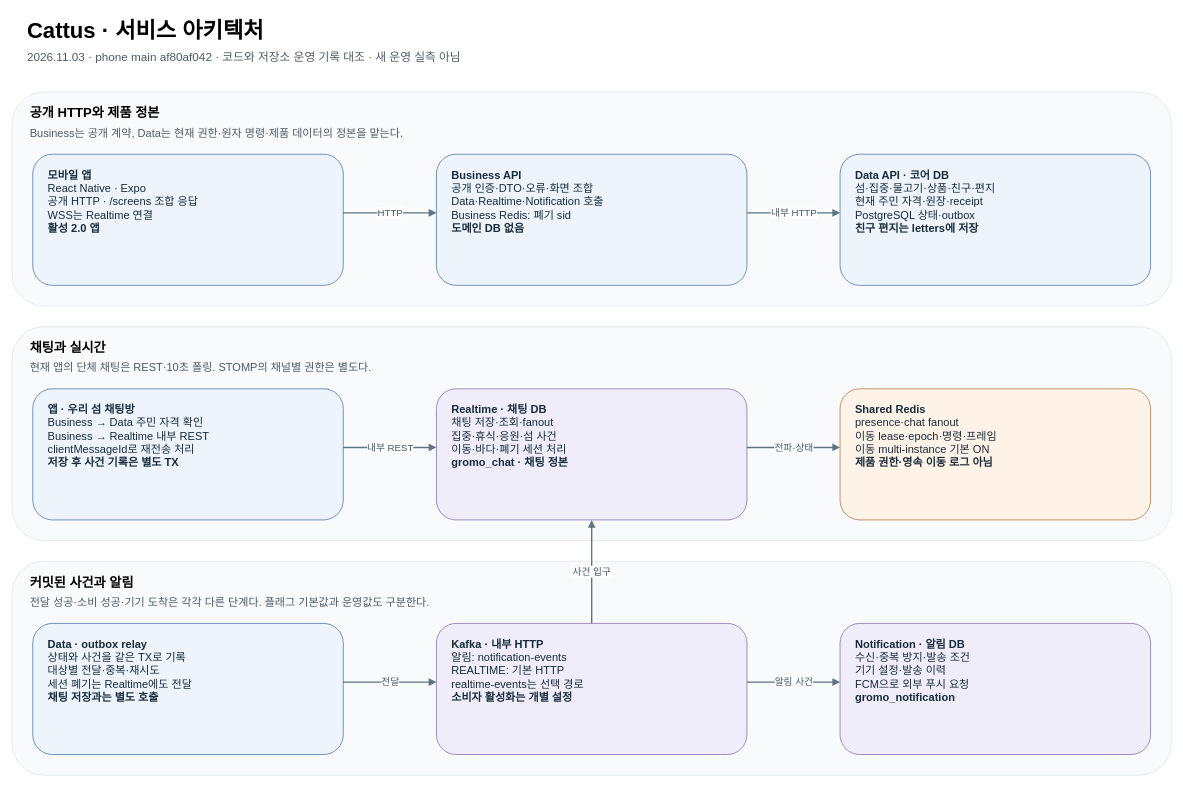
Earlier version of the draw.io diagram portfolio/diagrams/03-service.drawio.xml (OneOrThree/oneorthree-docs). Source tidied: cells renumbered, new cells numbered last; positions are measured from the earlier drawing's top-left corner, leaving out a move shared by most shapes. Both pictures are drawn from the tidied source at 69%, with x=0, y=0 at pixel (12, 12).
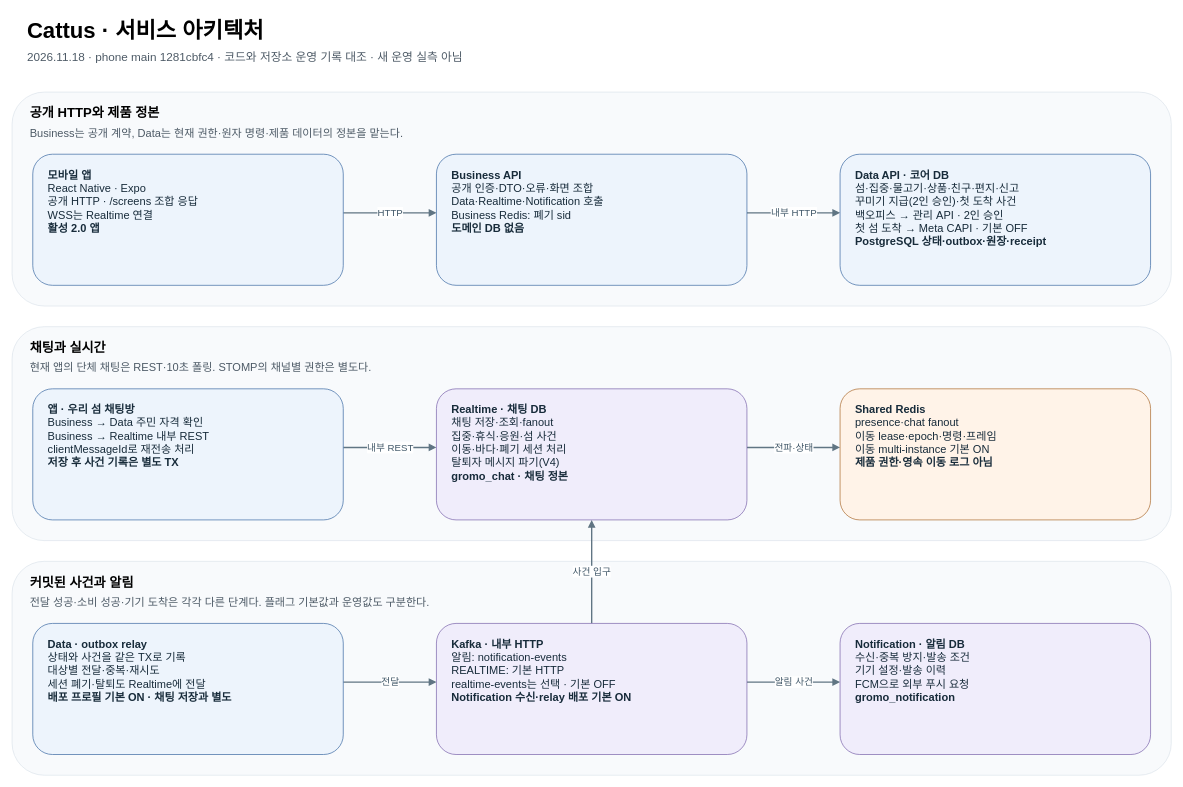
The same diagram, later.

The edit, as a diff of the source:
```diff
@@
-    <mxCell id="3" value="2026.11.03 · phone main af80af042 · 코드와 저장소 운영 기록 대조 · 새 운영 실측 아님" style="text;html=0;fontSize=17;align=left;fontColor=#4d5a66;" parent="1" vertex="1">
+    <mxCell id="3" value="2026.11.18 · phone main 1281cbfc4 · 코드와 저장소 운영 기록 대조 · 새 운영 실측 아님" style="text;html=0;fontSize=17;align=left;fontColor=#4d5a66;" parent="1" vertex="1">
       <mxGeometry x="20" y="48" width="1640" height="30" as="geometry" />
     </mxCell>
@@
-    <mxCell id="22" value="&lt;b&gt;Data API · 코어 DB&lt;/b&gt;&lt;br&gt;섬·집중·물고기·상품·친구·편지&lt;br&gt;현재 주민 자격·원장·receipt&lt;br&gt;PostgreSQL 상태·outbox&lt;br&gt;&lt;b&gt;친구 편지는 letters에 저장&lt;/b&gt;" style="rounded=1;whiteSpace=wrap;html=1;fillColor=#edf4fc;strokeColor=#3866a0;fontColor=#172b3a;fontSize=16;align=left;verticalAlign=top;spacingTop=14;spacingLeft=20;spacingRight=14;spacingBottom=12;" parent="1" vertex="1">
+    <mxCell id="22" value="&lt;b&gt;Data API · 코어 DB&lt;/b&gt;&lt;br&gt;섬·집중·물고기·상품·친구·편지·신고&lt;br&gt;꾸미기 지급(2인 승인)·첫 도착 사건&lt;br&gt;백오피스 → 관리 API · 2인 승인&lt;br&gt;첫 섬 도착 → Meta CAPI · 기본 OFF&lt;br&gt;&lt;b&gt;PostgreSQL 상태·outbox·원장·receipt&lt;/b&gt;" style="rounded=1;whiteSpace=wrap;html=1;fillColor=#edf4fc;strokeColor=#3866a0;fontColor=#172b3a;fontSize=16;align=left;verticalAlign=top;spacingTop=14;spacingLeft=20;spacingRight=14;spacingBottom=12;" parent="1" vertex="1">
       <mxGeometry x="1200" y="206" width="450" height="190" as="geometry" />
     </mxCell>
@@
-    <mxCell id="24" value="&lt;b&gt;Realtime · 채팅 DB&lt;/b&gt;&lt;br&gt;채팅 저장·조회·fanout&lt;br&gt;집중·휴식·응원·섬 사건&lt;br&gt;이동·바다·폐기 세션 처리&lt;br&gt;&lt;b&gt;gromo_chat · 채팅 정본&lt;/b&gt;" style="rounded=1;whiteSpace=wrap;html=1;fillColor=#f0edfb;strokeColor=#7860aa;fontColor=#172b3a;fontSize=16;align=left;verticalAlign=top;spacingTop=14;spacingLeft=20;spacingRight=14;spacingBottom=12;" parent="1" vertex="1">
+    <mxCell id="24" value="&lt;b&gt;Realtime · 채팅 DB&lt;/b&gt;&lt;br&gt;채팅 저장·조회·fanout&lt;br&gt;집중·휴식·응원·섬 사건&lt;br&gt;이동·바다·폐기 세션 처리&lt;br&gt;탈퇴자 메시지 파기(V4)&lt;br&gt;&lt;b&gt;gromo_chat · 채팅 정본&lt;/b&gt;" style="rounded=1;whiteSpace=wrap;html=1;fillColor=#f0edfb;strokeColor=#7860aa;fontColor=#172b3a;fontSize=16;align=left;verticalAlign=top;spacingTop=14;spacingLeft=20;spacingRight=14;spacingBottom=12;" parent="1" vertex="1">
       <mxGeometry x="615" y="546" width="450" height="190" as="geometry" />
     </mxCell>
@@
-    <mxCell id="26" value="&lt;b&gt;Data · outbox relay&lt;/b&gt;&lt;br&gt;상태와 사건을 같은 TX로 기록&lt;br&gt;대상별 전달·중복·재시도&lt;br&gt;세션 폐기는 Realtime에도 전달&lt;br&gt;&lt;b&gt;채팅 저장과는 별도 호출&lt;/b&gt;" style="rounded=1;whiteSpace=wrap;html=1;fillColor=#edf4fc;strokeColor=#3866a0;fontColor=#172b3a;fontSize=16;align=left;verticalAlign=top;spacingTop=14;spacingLeft=20;spacingRight=14;spacingBottom=12;" parent="1" vertex="1">
+    <mxCell id="26" value="&lt;b&gt;Data · outbox relay&lt;/b&gt;&lt;br&gt;상태와 사건을 같은 TX로 기록&lt;br&gt;대상별 전달·중복·재시도&lt;br&gt;세션 폐기·탈퇴도 Realtime에 전달&lt;br&gt;&lt;b&gt;배포 프로필 기본 ON · 채팅 저장과 별도&lt;/b&gt;" style="rounded=1;whiteSpace=wrap;html=1;fillColor=#edf4fc;strokeColor=#3866a0;fontColor=#172b3a;fontSize=16;align=left;verticalAlign=top;spacingTop=14;spacingLeft=20;spacingRight=14;spacingBottom=12;" parent="1" vertex="1">
       <mxGeometry x="30" y="886" width="450" height="190" as="geometry" />
     </mxCell>
-    <mxCell id="27" value="&lt;b&gt;Kafka · 내부 HTTP&lt;/b&gt;&lt;br&gt;알림: notification-events&lt;br&gt;REALTIME: 기본 HTTP&lt;br&gt;realtime-events는 선택 경로&lt;br&gt;&lt;b&gt;소비자 활성화는 개별 설정&lt;/b&gt;" style="rounded=1;whiteSpace=wrap;html=1;fillColor=#f0edfb;strokeColor=#7860aa;fontColor=#172b3a;fontSize=16;align=left;verticalAlign=top;spacingTop=14;spacingLeft=20;spacingRight=14;spacingBottom=12;" parent="1" vertex="1">
+    <mxCell id="27" value="&lt;b&gt;Kafka · 내부 HTTP&lt;/b&gt;&lt;br&gt;알림: notification-events&lt;br&gt;REALTIME: 기본 HTTP&lt;br&gt;realtime-events는 선택 · 기본 OFF&lt;br&gt;&lt;b&gt;Notification 수신·relay 배포 기본 ON&lt;/b&gt;" style="rounded=1;whiteSpace=wrap;html=1;fillColor=#f0edfb;strokeColor=#7860aa;fontColor=#172b3a;fontSize=16;align=left;verticalAlign=top;spacingTop=14;spacingLeft=20;spacingRight=14;spacingBottom=12;" parent="1" vertex="1">
       <mxGeometry x="615" y="886" width="450" height="190" as="geometry" />
     </mxCell>
```
